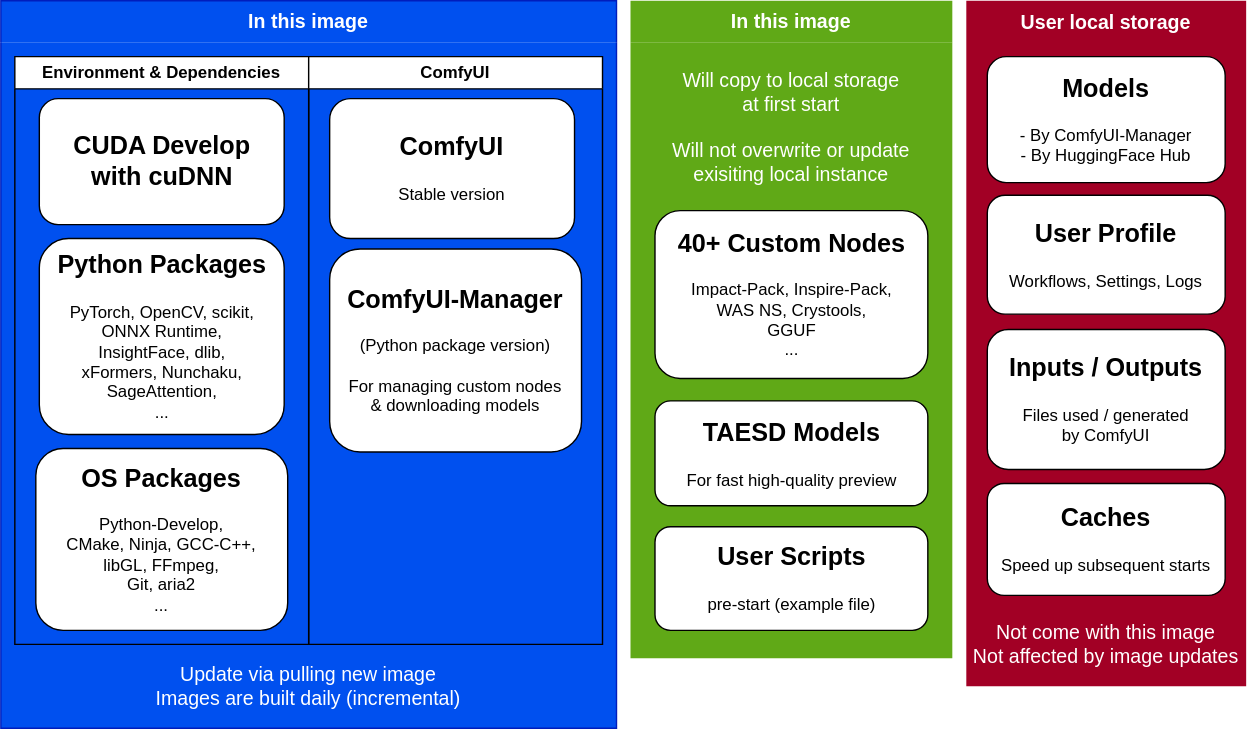
The draw.io diagram cu130-megapak-pt211/concept.svg in YanWenKun/ComfyUI-Docker, before a commit. Source tidied: cells renumbered, new cells last; positions are measured from the earlier drawing's top-left corner, leaving out a move shared by most shapes.
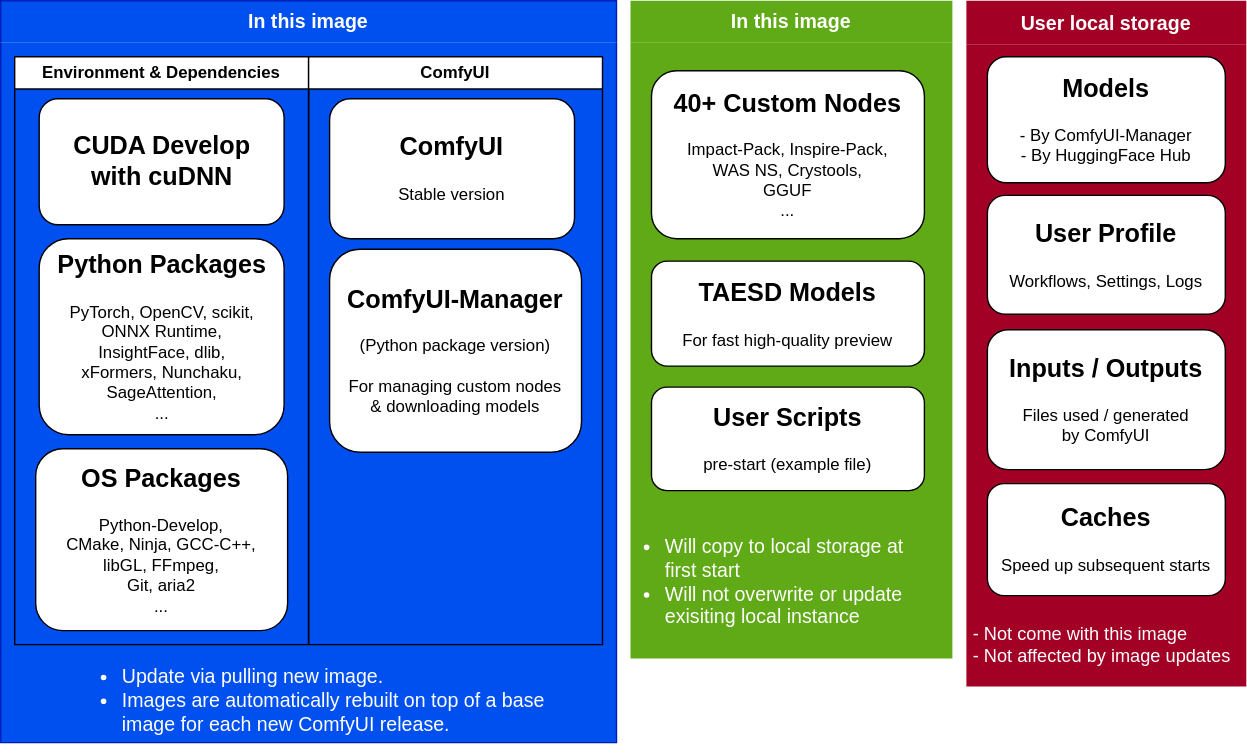
Later version of the same file.

Commit message:
CI auto builds for every new release of ComfyUI

The edit, as a diff of the source:
```diff
@@ -3,11 +3,8 @@
     <mxCell id="0" />
     <mxCell id="1" parent="0" />
     <mxCell id="2" value="&lt;div&gt;&lt;span style=&quot;background-color: transparent; color: light-dark(rgb(255, 255, 255), rgb(18, 18, 18));&quot;&gt;In this image&lt;/span&gt;&lt;/div&gt;" style="swimlane;whiteSpace=wrap;html=1;fillStyle=auto;swimlaneFillColor=#0050EF;fontSize=14;fontFamily=Helvetica;swimlaneLine=0;shadow=0;rounded=0;glass=0;startSize=30;fillColor=#0050ef;strokeColor=#001DBC;fontColor=#ffffff;" parent="1" vertex="1">
-      <mxGeometry width="440" height="520" as="geometry" />
+      <mxGeometry width="440" height="530" as="geometry" />
     </mxCell>
-    <mxCell id="3" value="Update via pulling new image&lt;div&gt;Images are built daily (incremental)&lt;/div&gt;" style="text;html=1;align=center;verticalAlign=middle;whiteSpace=wrap;rounded=0;fontColor=#FFFFFF;fontSize=14;" parent="2" vertex="1">
-      <mxGeometry x="25" y="470" width="390" height="40" as="geometry" />
-    </mxCell>
     <mxCell id="4" value="Environment &amp;amp; Dependencies" style="swimlane;whiteSpace=wrap;html=1;" parent="2" vertex="1">
       <mxGeometry x="10" y="40" width="210" height="420" as="geometry" />
     </mxCell>
@@ -29,6 +26,9 @@
     <mxCell id="10" value="&lt;h2&gt;ComfyUI-Manager&lt;/h2&gt;&lt;div&gt;(Python package version)&lt;/div&gt;&lt;div&gt;&lt;br&gt;&lt;/div&gt;&lt;div&gt;&lt;div&gt;For managing custom nodes&lt;/div&gt;&lt;/div&gt;&lt;div&gt;&amp;amp; downloading models&lt;/div&gt;&lt;div&gt;&lt;br&gt;&lt;/div&gt;" style="rounded=1;whiteSpace=wrap;html=1;" parent="8" vertex="1">
       <mxGeometry x="15" y="137.5" width="180" height="145" as="geometry" />
     </mxCell>
+    <mxCell id="23" value="&lt;ul style=&quot;padding-left: 15px;&quot;&gt;&lt;li&gt;Update via pulling new image.&lt;/li&gt;&lt;li&gt;Images are automatically rebuilt on top of a base image for each new ComfyUI release.&lt;/li&gt;&lt;/ul&gt;" style="text;html=1;align=left;verticalAlign=middle;whiteSpace=wrap;rounded=0;fontColor=#FFFFFF;fontSize=14;" parent="2" vertex="1">
+      <mxGeometry x="70" y="470" width="340" height="60" as="geometry" />
+    </mxCell>
     <mxCell id="11" value="&lt;div&gt;User local storage&lt;/div&gt;" style="swimlane;whiteSpace=wrap;html=1;fontSize=14;fillColor=#a20025;fontColor=#ffffff;strokeColor=none;swimlaneLine=0;swimlaneFillColor=#A20025;startSize=31;" parent="1" vertex="1">
       <mxGeometry x="690" width="200" height="490" as="geometry" />
     </mxCell>
@@ -41,8 +41,8 @@
     <mxCell id="14" value="&lt;h2&gt;Caches&lt;/h2&gt;Speed up subsequent starts&lt;br&gt;&lt;div&gt;&lt;div&gt;&lt;div&gt;&lt;br&gt;&lt;/div&gt;&lt;/div&gt;&lt;/div&gt;" style="rounded=1;whiteSpace=wrap;html=1;glass=0;" parent="11" vertex="1">
       <mxGeometry x="15" y="345" width="170" height="80" as="geometry" />
     </mxCell>
-    <mxCell id="15" value="&lt;div&gt;Not come with this image&lt;/div&gt;&lt;div&gt;Not affected by image updates&lt;/div&gt;" style="text;html=1;align=center;verticalAlign=middle;whiteSpace=wrap;rounded=0;fontColor=#FFFFFF;fontSize=14;" parent="11" vertex="1">
-      <mxGeometry x="1.2" y="440" width="197.5" height="40" as="geometry" />
+    <mxCell id="15" value="&lt;div&gt;- Not come with this image&lt;/div&gt;&lt;div&gt;- Not affected by image updates&lt;/div&gt;" style="text;html=1;align=left;verticalAlign=middle;whiteSpace=wrap;rounded=0;fontColor=#FFFFFF;fontSize=13;" parent="11" vertex="1">
+      <mxGeometry x="2.5" y="440" width="197.5" height="40" as="geometry" />
     </mxCell>
     <mxCell id="16" value="&lt;h2&gt;Inputs / Outputs&lt;/h2&gt;&lt;div&gt;Files used / generated&lt;/div&gt;&lt;div&gt;by ComfyUI&lt;/div&gt;&lt;div&gt;&lt;br&gt;&lt;/div&gt;" style="rounded=1;whiteSpace=wrap;html=1;" parent="11" vertex="1">
       <mxGeometry x="15" y="235" width="170" height="100" as="geometry" />
@@ -51,19 +51,16 @@
       <mxGeometry x="450" width="230" height="470" as="geometry" />
     </mxCell>
     <mxCell id="18" value="&lt;h2&gt;User Scripts&lt;/h2&gt;&lt;div&gt;pre-start&amp;nbsp;&lt;span style=&quot;background-color: transparent; color: light-dark(rgb(0, 0, 0), rgb(255, 255, 255));&quot;&gt;(example file)&lt;/span&gt;&lt;/div&gt;&lt;div&gt;&lt;br&gt;&lt;/div&gt;" style="rounded=1;whiteSpace=wrap;html=1;" parent="17" vertex="1">
-      <mxGeometry x="17.5" y="376" width="195" height="74" as="geometry" />
+      <mxGeometry x="15" y="276" width="195" height="74" as="geometry" />
     </mxCell>
     <mxCell id="19" value="&lt;h2&gt;40+ Custom Nodes&lt;/h2&gt;&lt;div&gt;Impact-Pack,&amp;nbsp;Inspire-Pack,&lt;/div&gt;&lt;div&gt;WAS NS,&amp;nbsp;&lt;span style=&quot;background-color: transparent; color: light-dark(rgb(0, 0, 0), rgb(255, 255, 255));&quot;&gt;Crystools,&lt;/span&gt;&lt;/div&gt;&lt;div&gt;&lt;span style=&quot;background-color: transparent; color: light-dark(rgb(0, 0, 0), rgb(255, 255, 255));&quot;&gt;GGUF&lt;/span&gt;&lt;/div&gt;&lt;div&gt;&lt;span style=&quot;background-color: transparent; color: light-dark(rgb(0, 0, 0), rgb(255, 255, 255));&quot;&gt;...&lt;/span&gt;&lt;/div&gt;&lt;div&gt;&lt;span style=&quot;background-color: transparent; color: light-dark(rgb(0, 0, 0), rgb(255, 255, 255));&quot;&gt;&lt;br&gt;&lt;/span&gt;&lt;/div&gt;" style="rounded=1;whiteSpace=wrap;html=1;" parent="17" vertex="1">
-      <mxGeometry x="17.5" y="150" width="195" height="120" as="geometry" />
+      <mxGeometry x="15" y="50" width="195" height="120" as="geometry" />
     </mxCell>
     <mxCell id="20" value="&lt;h2&gt;TAESD Models&lt;/h2&gt;&lt;div&gt;For fast high-quality preview&lt;/div&gt;&lt;div&gt;&lt;br&gt;&lt;/div&gt;" style="rounded=1;whiteSpace=wrap;html=1;" parent="17" vertex="1">
-      <mxGeometry x="17.5" y="286" width="195" height="75" as="geometry" />
+      <mxGeometry x="15" y="186" width="195" height="75" as="geometry" />
     </mxCell>
-    <mxCell id="21" value="&lt;div&gt;Will copy to local storage&lt;/div&gt;&lt;div&gt;at first start&lt;/div&gt;" style="text;html=1;align=center;verticalAlign=middle;whiteSpace=wrap;rounded=0;fontColor=#FFFFFF;fontSize=14;" parent="17" vertex="1">
-      <mxGeometry x="10" y="40" width="210" height="50" as="geometry" />
+    <mxCell id="21" value="&lt;ul style=&quot;padding-left: 15px;&quot;&gt;&lt;li&gt;Will copy to local storage at first start&lt;/li&gt;&lt;li&gt;Will not overwrite or update exisiting local instance&lt;/li&gt;&lt;/ul&gt;" style="text;html=1;align=left;verticalAlign=middle;whiteSpace=wrap;rounded=0;fontColor=#FFFFFF;fontSize=14;" parent="17" vertex="1">
+      <mxGeometry x="7.5" y="370" width="210" height="90" as="geometry" />
     </mxCell>
-    <mxCell id="22" value="Will not overwrite or update&lt;div&gt;exisiting local instance&lt;/div&gt;" style="text;html=1;align=center;verticalAlign=middle;whiteSpace=wrap;rounded=0;fontColor=#FFFFFF;fontSize=14;" parent="17" vertex="1">
-      <mxGeometry x="10" y="90" width="210" height="50" as="geometry" />
-    </mxCell>
   </root>
 </mxGraphModel>
```
